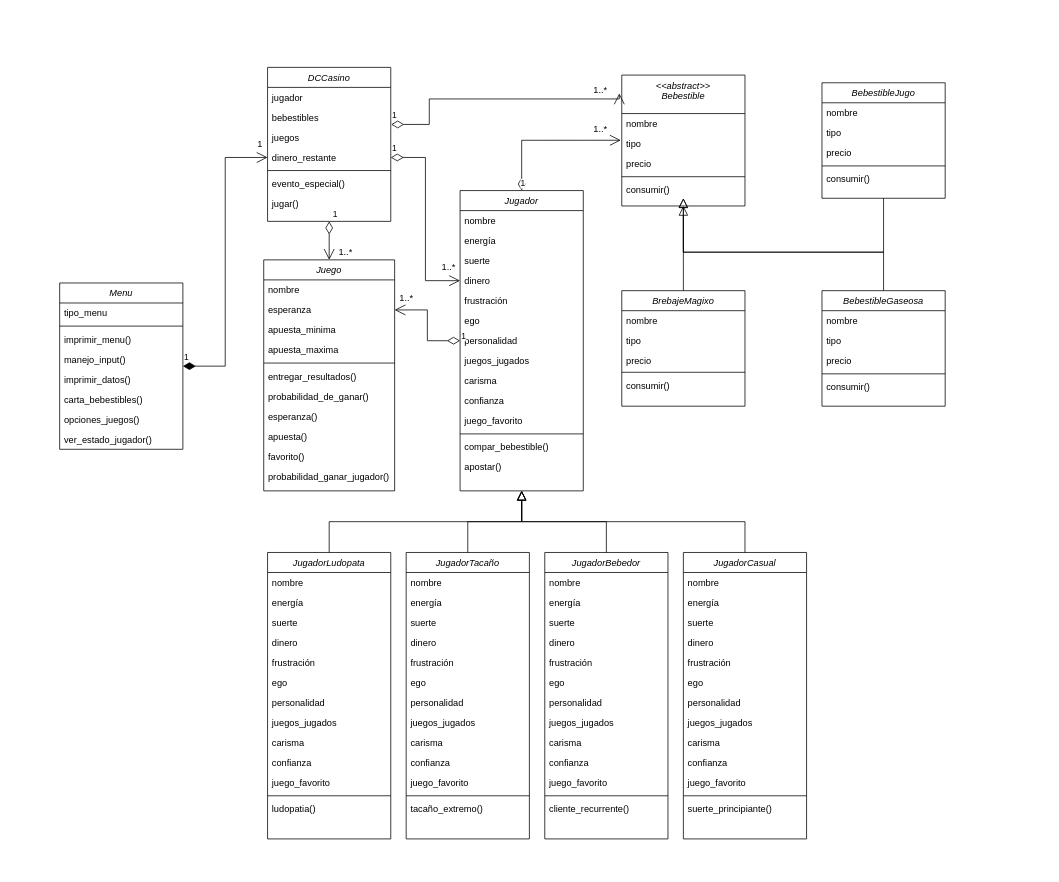
Before: Untitled Diagram.drawio in AlejandraBeas/AlejandraBeas, a draw.io diagram. Source tidied: cells renumbered, new cells numbered last; positions are measured from the earlier drawing's top-left corner, leaving out a move shared by most shapes. Both pictures are drawn from the tidied source at 77%, with x=0, y=0 at pixel (59, 67).
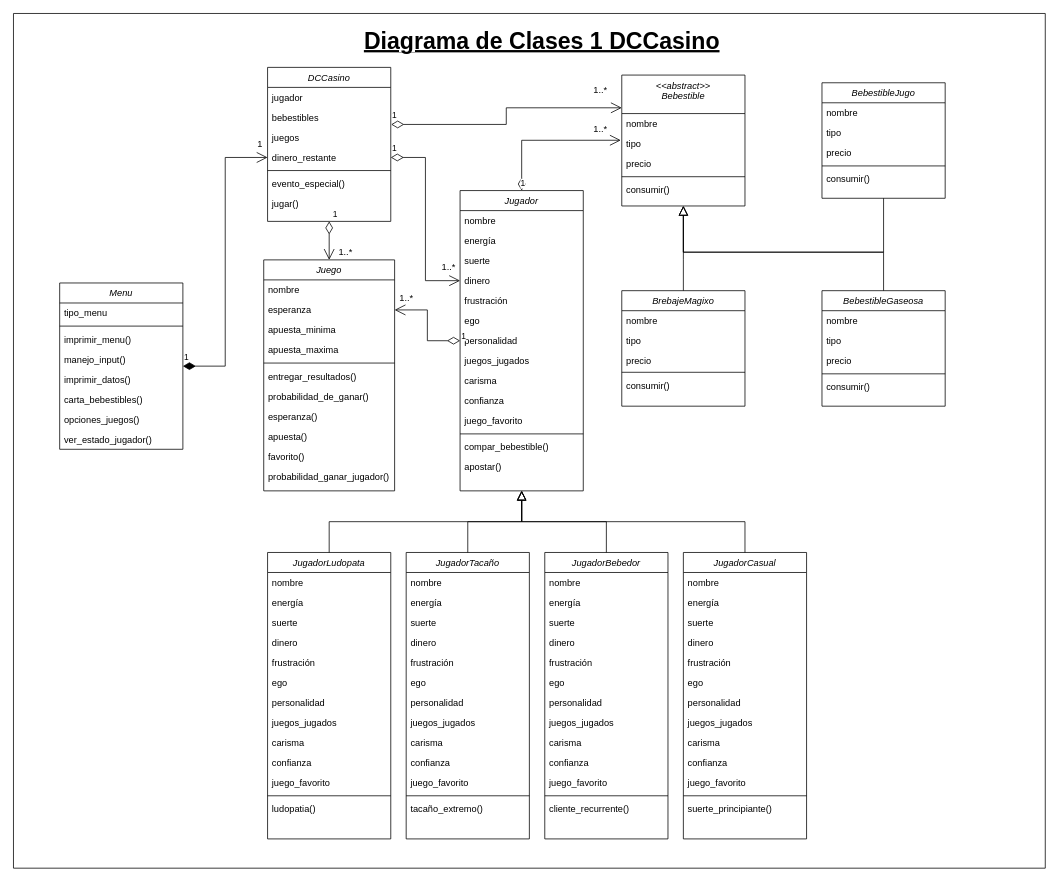
Above is the later version.

The change refers to these unchanged cells:
```xml
<mxCell id="4" value="bebestibles" style="text;align=left;verticalAlign=top;spacingLeft=4;spacingRight=4;overflow=hidden;points=[[0,0.5],[1,0.5]];portConstraint=eastwest;rounded=0;shadow=0;html=0;" parent="2" vertex="1">
  <mxGeometry y="52" width="160" height="26" as="geometry" />
</mxCell>
<mxCell id="102" value="&lt;&lt;abstract&gt;&gt;&#10;Bebestible" style="swimlane;fontStyle=2;align=center;verticalAlign=top;horizontal=1;startSize=50;rounded=0;shadow=0;strokeWidth=1;" parent="1" vertex="1">
  <mxGeometry x="730" y="10" width="160" height="170" as="geometry" />
</mxCell>
<mxCell id="108" value="BebestibleJugo" style="swimlane;fontStyle=2;align=center;verticalAlign=top;horizontal=1;startSize=26;rounded=0;shadow=0;strokeWidth=1;" parent="1" vertex="1">
  <mxGeometry x="990" y="20" width="160" height="150" as="geometry" />
</mxCell>
<mxCell id="114" value="BrebajeMagixo" style="swimlane;fontStyle=2;align=center;verticalAlign=top;horizontal=1;startSize=26;rounded=0;shadow=0;strokeWidth=1;" parent="1" vertex="1">
  <mxGeometry x="730" y="290" width="160" height="150" as="geometry" />
</mxCell>
```

The edit, as a diff of the source:
```diff
@@
-<mxGraphModel>
+<mxGraphModel background="#ffffff">
@@
     <mxCell id="130" style="endArrow=block;endSize=10;endFill=0;shadow=0;strokeWidth=1;rounded=0;edgeStyle=elbowEdgeStyle;elbow=vertical;exitX=0.5;exitY=0;exitDx=0;exitDy=0;" parent="1" edge="1" source="114">
       <mxGeometry relative="1" as="geometry">
-        <mxPoint x="810" y="170" as="targetPoint" />
+        <mxPoint x="810" y="180" as="targetPoint" />
         <Array as="points">
           <mxPoint x="810" y="250" />
           <mxPoint x="916" y="210" />
         </Array>
       </mxGeometry>
     </mxCell>
     <mxCell id="131" style="endArrow=block;endSize=10;endFill=0;shadow=0;strokeWidth=1;rounded=0;edgeStyle=elbowEdgeStyle;elbow=vertical;exitX=0.5;exitY=1;exitDx=0;exitDy=0;" parent="1" edge="1" source="108">
       <mxGeometry relative="1" as="geometry">
-        <mxPoint x="810" y="170" as="targetPoint" />
+        <mxPoint x="810" y="180" as="targetPoint" />
         <Array as="points">
           <mxPoint x="940" y="240" />
           <mxPoint x="860" y="200" />
           <mxPoint x="850" y="210" />
           <mxPoint x="926" y="220" />
         </Array>
       </mxGeometry>
     </mxCell>
@@
-    <mxCell id="135" value="1" style="endArrow=open;html=1;endSize=12;startArrow=diamondThin;startSize=14;startFill=0;edgeStyle=orthogonalEdgeStyle;align=left;verticalAlign=bottom;rounded=0;exitX=1.003;exitY=0.851;exitDx=0;exitDy=0;entryX=-0.02;entryY=0.14;entryDx=0;entryDy=0;exitPerimeter=0;entryPerimeter=0;" parent="1" edge="1" source="4" target="102">
-      <mxGeometry x="-1" y="3" relative="1" as="geometry">
-        <Array as="points">
-          <mxPoint x="480" y="74" />
-          <mxPoint x="480" y="41" />
-        </Array>
-      </mxGeometry>
+    <mxCell id="135" value="1" style="endArrow=open;html=1;endSize=12;startArrow=diamondThin;startSize=14;startFill=0;edgeStyle=orthogonalEdgeStyle;align=left;verticalAlign=bottom;rounded=0;exitX=1.003;exitY=0.851;exitDx=0;exitDy=0;exitPerimeter=0;entryX=0;entryY=0.25;entryDx=0;entryDy=0;" parent="1" edge="1" source="4" target="102">
+      <mxGeometry x="-1" y="3" relative="1" as="geometry" />
     </mxCell>
@@
+    <mxCell id="145" style="swimlane;startSize=0;" parent="1" vertex="1">
+      <mxGeometry x="-60" y="-70" width="1340" height="1110" as="geometry" />
+    </mxCell>
+    <mxCell id="146" value="&lt;b&gt;&lt;font style=&quot;font-size: 30px&quot;&gt;&lt;u&gt;Diagrama de Clases 1 DCCasino&lt;/u&gt;&lt;/font&gt;&lt;/b&gt;" style="text;html=1;align=center;verticalAlign=middle;strokeColor=none;fillColor=none;" parent="145" vertex="1">
+      <mxGeometry x="446" y="20" width="480" height="30" as="geometry" />
+    </mxCell>
```
